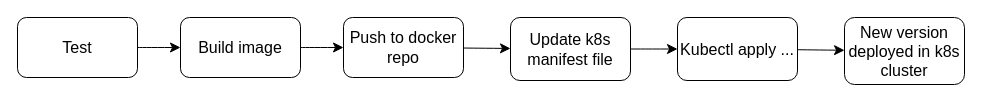
Above: Argocd.drawio in msyadid/HelloWorld (draw.io), before the change. Source tidied: cells renumbered, new cells numbered last; positions are measured from the earlier drawing's top-left corner, leaving out a move shared by most shapes. Both pictures are drawn from the tidied source at 100%, with x=0, y=0 at pixel (17, 17).
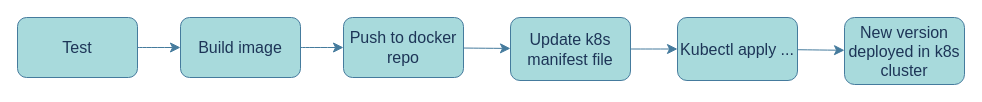
Above is the later version.

Change to the diagram source:
```diff
@@
 <mxGraphModel>
   <root>
     <mxCell id="0" />
     <mxCell id="1" parent="0" />
-    <mxCell id="2" style="edgeStyle=none;curved=1;rounded=0;jettySize=auto;html=1;fontSize=12;startSize=8;endSize=8;" parent="1" edge="1" source="3" target="5">
+    <mxCell id="2" style="edgeStyle=none;curved=1;rounded=0;jettySize=auto;html=1;fontSize=12;startSize=8;endSize=8;labelBackgroundColor=none;fontColor=default;strokeColor=#457B9D;" parent="1" edge="1" source="3" target="5">
       <mxGeometry relative="1" as="geometry" />
     </mxCell>
-    <mxCell id="3" value="Test" style="rounded=1;whiteSpace=wrap;html=1;fontSize=16;" parent="1" vertex="1">
+    <mxCell id="3" value="Test" style="rounded=1;whiteSpace=wrap;html=1;fontSize=16;labelBackgroundColor=none;fillColor=#A8DADC;strokeColor=#457B9D;fontColor=#1D3557;" parent="1" vertex="1">
       <mxGeometry width="120" height="60" as="geometry" />
     </mxCell>
-    <mxCell id="4" style="edgeStyle=none;curved=1;rounded=0;jettySize=auto;html=1;fontSize=12;startSize=8;endSize=8;" parent="1" edge="1" source="5" target="7">
+    <mxCell id="4" style="edgeStyle=none;curved=1;rounded=0;jettySize=auto;html=1;fontSize=12;startSize=8;endSize=8;labelBackgroundColor=none;fontColor=default;strokeColor=#457B9D;" parent="1" edge="1" source="5" target="7">
       <mxGeometry relative="1" as="geometry" />
     </mxCell>
-    <mxCell id="5" value="Build image" style="rounded=1;whiteSpace=wrap;html=1;fontSize=16;" parent="1" vertex="1">
+    <mxCell id="5" value="Build image" style="rounded=1;whiteSpace=wrap;html=1;fontSize=16;labelBackgroundColor=none;fillColor=#A8DADC;strokeColor=#457B9D;fontColor=#1D3557;" parent="1" vertex="1">
       <mxGeometry x="163" width="120" height="60" as="geometry" />
     </mxCell>
-    <mxCell id="6" style="edgeStyle=none;curved=1;rounded=0;jettySize=auto;html=1;fontSize=12;startSize=8;endSize=8;" parent="1" edge="1" source="7" target="9">
+    <mxCell id="6" style="edgeStyle=none;curved=1;rounded=0;jettySize=auto;html=1;fontSize=12;startSize=8;endSize=8;labelBackgroundColor=none;fontColor=default;strokeColor=#457B9D;" parent="1" edge="1" source="7" target="9">
       <mxGeometry relative="1" as="geometry" />
     </mxCell>
-    <mxCell id="7" value="Push to docker repo" style="rounded=1;whiteSpace=wrap;html=1;fontSize=16;" parent="1" vertex="1">
+    <mxCell id="7" value="Push to docker repo" style="rounded=1;whiteSpace=wrap;html=1;fontSize=16;labelBackgroundColor=none;fillColor=#A8DADC;strokeColor=#457B9D;fontColor=#1D3557;" parent="1" vertex="1">
       <mxGeometry x="326" width="120" height="60" as="geometry" />
     </mxCell>
-    <mxCell id="8" style="edgeStyle=none;curved=1;rounded=0;jettySize=auto;html=1;fontSize=12;startSize=8;endSize=8;" parent="1" edge="1" source="9" target="11">
+    <mxCell id="8" style="edgeStyle=none;curved=1;rounded=0;jettySize=auto;html=1;fontSize=12;startSize=8;endSize=8;labelBackgroundColor=none;fontColor=default;strokeColor=#457B9D;" parent="1" edge="1" source="9" target="11">
       <mxGeometry relative="1" as="geometry" />
     </mxCell>
-    <mxCell id="9" value="Update k8s manifest file" style="rounded=1;whiteSpace=wrap;html=1;fontSize=16;" parent="1" vertex="1">
+    <mxCell id="9" value="Update k8s manifest file" style="rounded=1;whiteSpace=wrap;html=1;fontSize=16;labelBackgroundColor=none;fillColor=#A8DADC;strokeColor=#457B9D;fontColor=#1D3557;" parent="1" vertex="1">
       <mxGeometry x="493" width="120" height="63" as="geometry" />
     </mxCell>
-    <mxCell id="10" style="edgeStyle=none;curved=1;rounded=0;jettySize=auto;html=1;fontSize=12;startSize=8;endSize=8;" parent="1" edge="1" source="11" target="12">
+    <mxCell id="10" style="edgeStyle=none;curved=1;rounded=0;jettySize=auto;html=1;fontSize=12;startSize=8;endSize=8;labelBackgroundColor=none;fontColor=default;strokeColor=#457B9D;" parent="1" edge="1" source="11" target="12">
       <mxGeometry relative="1" as="geometry" />
     </mxCell>
-    <mxCell id="11" value="Kubectl apply ..." style="rounded=1;whiteSpace=wrap;html=1;fontSize=16;" parent="1" vertex="1">
+    <mxCell id="11" value="Kubectl apply ..." style="rounded=1;whiteSpace=wrap;html=1;fontSize=16;labelBackgroundColor=none;fillColor=#A8DADC;strokeColor=#457B9D;fontColor=#1D3557;" parent="1" vertex="1">
       <mxGeometry x="660" width="120" height="63" as="geometry" />
     </mxCell>
-    <mxCell id="12" value="New version deployed in k8s cluster" style="rounded=1;whiteSpace=wrap;html=1;fontSize=16;" parent="1" vertex="1">
+    <mxCell id="12" value="New version deployed in k8s cluster" style="rounded=1;whiteSpace=wrap;html=1;fontSize=16;labelBackgroundColor=none;fillColor=#A8DADC;strokeColor=#457B9D;fontColor=#1D3557;" parent="1" vertex="1">
       <mxGeometry x="827" width="120" height="67" as="geometry" />
     </mxCell>
   </root>
 </mxGraphModel>
```
